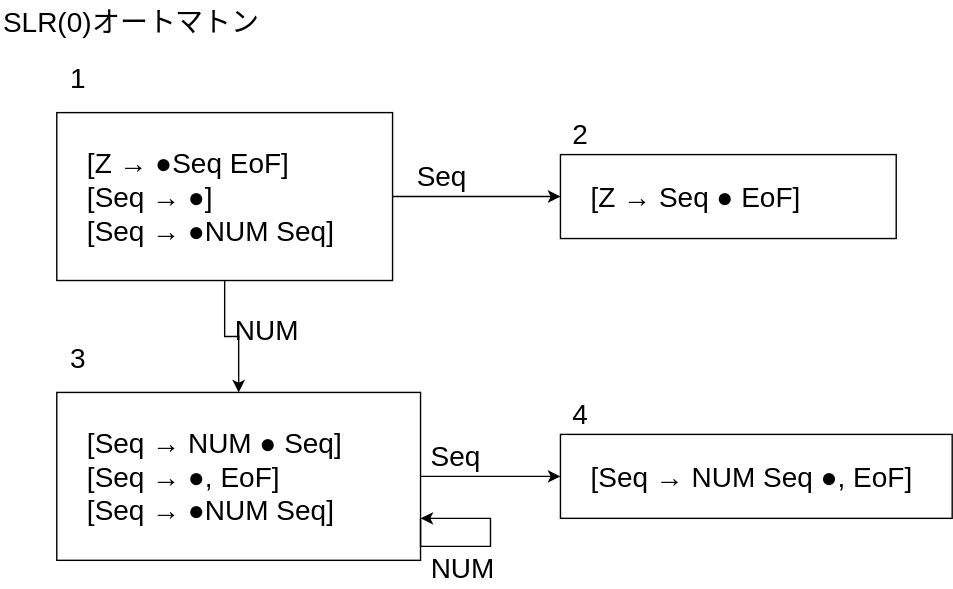
Earlier version of the draw.io export コンパイラ入門_山下/chapt7,8/slr_automaton.drawio.svg (mamemilk/acrc). Source tidied: cells renumbered, new cells last; positions are measured from the earlier drawing's top-left corner, leaving out a move shared by most shapes. The source it was exported from:
```xml
<mxGraphModel>
  <root>
    <mxCell id="0" />
    <mxCell id="1" parent="0" />
    <mxCell id="2" value="SLR(0)オートマトン" style="text;html=1;align=left;verticalAlign=middle;fontSize=20;" parent="1" vertex="1">
      <mxGeometry width="200" height="30" as="geometry" />
    </mxCell>
    <mxCell id="3" style="edgeStyle=orthogonalEdgeStyle;rounded=0;jettySize=auto;html=1;fontSize=20;" parent="1" edge="1" source="5" target="8">
      <mxGeometry relative="1" as="geometry" />
    </mxCell>
    <mxCell id="4" style="edgeStyle=orthogonalEdgeStyle;rounded=0;jettySize=auto;html=1;fontSize=20;" parent="1" edge="1" source="5" target="11">
      <mxGeometry relative="1" as="geometry" />
    </mxCell>
    <mxCell id="5" value="[Z → ●Seq EoF]&lt;br&gt;[Seq → ●]&lt;br&gt;[Seq → ●NUM Seq]" style="rounded=0;whiteSpace=wrap;html=1;fontSize=20;align=left;spacingLeft=20;" parent="1" vertex="1">
      <mxGeometry x="40" y="80" width="240" height="120" as="geometry" />
    </mxCell>
    <mxCell id="6" value="1" style="text;html=1;align=center;verticalAlign=middle;fontSize=20;" parent="1" vertex="1">
      <mxGeometry x="40" y="40" width="30" height="30" as="geometry" />
    </mxCell>
    <mxCell id="7" style="edgeStyle=orthogonalEdgeStyle;rounded=0;jettySize=auto;html=1;fontSize=20;" parent="1" edge="1" source="8" target="14">
      <mxGeometry relative="1" as="geometry" />
    </mxCell>
    <mxCell id="8" value="[Seq → NUM ● Seq]&lt;br&gt;[Seq → ●, EoF]&lt;br&gt;[Seq → ●NUM Seq]" style="rounded=0;whiteSpace=wrap;html=1;fontSize=20;align=left;spacingLeft=20;" parent="1" vertex="1">
      <mxGeometry x="40" y="280" width="260" height="120" as="geometry" />
    </mxCell>
    <mxCell id="9" value="3" style="text;html=1;align=center;verticalAlign=middle;fontSize=20;" parent="1" vertex="1">
      <mxGeometry x="40" y="240" width="30" height="30" as="geometry" />
    </mxCell>
    <mxCell id="10" value="NUM" style="text;html=1;align=center;verticalAlign=middle;fontSize=20;" parent="1" vertex="1">
      <mxGeometry x="160" y="220" width="60" height="30" as="geometry" />
    </mxCell>
    <mxCell id="11" value="[Z → Seq ● EoF]" style="rounded=0;whiteSpace=wrap;html=1;fontSize=20;align=left;spacingLeft=20;" parent="1" vertex="1">
      <mxGeometry x="400" y="110" width="240" height="60" as="geometry" />
    </mxCell>
    <mxCell id="12" value="2" style="text;html=1;align=center;verticalAlign=middle;fontSize=20;" parent="1" vertex="1">
      <mxGeometry x="399" y="80" width="30" height="30" as="geometry" />
    </mxCell>
    <mxCell id="13" value="Seq" style="text;html=1;align=center;verticalAlign=middle;fontSize=20;" parent="1" vertex="1">
      <mxGeometry x="290" y="110" width="50" height="30" as="geometry" />
    </mxCell>
    <mxCell id="14" value="[Seq → NUM Seq ●, EoF]" style="rounded=0;whiteSpace=wrap;html=1;fontSize=20;align=left;spacingLeft=20;" parent="1" vertex="1">
      <mxGeometry x="400" y="310" width="280" height="60" as="geometry" />
    </mxCell>
    <mxCell id="15" value="Seq" style="text;html=1;align=center;verticalAlign=middle;fontSize=20;" parent="1" vertex="1">
      <mxGeometry x="300" y="310" width="50" height="30" as="geometry" />
    </mxCell>
    <mxCell id="16" value="4" style="text;html=1;align=center;verticalAlign=middle;fontSize=20;" parent="1" vertex="1">
      <mxGeometry x="399" y="280" width="30" height="30" as="geometry" />
    </mxCell>
    <mxCell id="17" style="edgeStyle=orthogonalEdgeStyle;rounded=0;orthogonalLoop=1;jettySize=auto;html=1;fontSize=20;exitX=1;exitY=0.75;exitDx=0;exitDy=0;" parent="1" edge="1" source="8" target="8">
      <mxGeometry relative="1" as="geometry">
        <Array as="points">
          <mxPoint x="300" y="390" />
          <mxPoint x="350" y="390" />
          <mxPoint x="350" y="370" />
        </Array>
      </mxGeometry>
    </mxCell>
    <mxCell id="18" value="NUM" style="text;html=1;align=center;verticalAlign=middle;fontSize=20;" parent="1" vertex="1">
      <mxGeometry x="300" y="390" width="60" height="30" as="geometry" />
    </mxCell>
  </root>
</mxGraphModel>
```
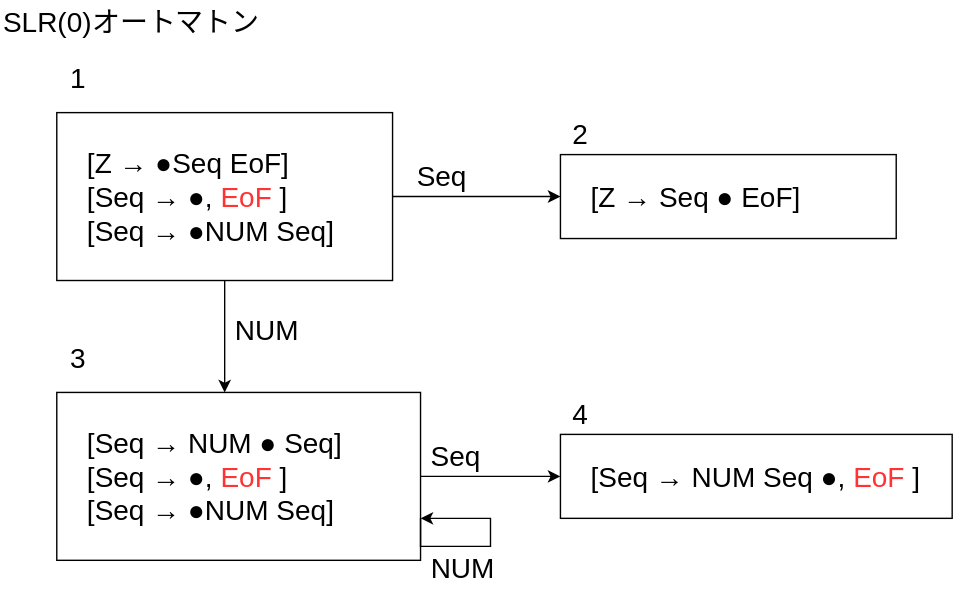
After the change.

Change to the diagram source:
```diff
@@ -6,12 +6,17 @@
       <mxGeometry width="200" height="30" as="geometry" />
     </mxCell>
     <mxCell id="3" style="edgeStyle=orthogonalEdgeStyle;rounded=0;jettySize=auto;html=1;fontSize=20;" parent="1" edge="1" source="5" target="8">
-      <mxGeometry relative="1" as="geometry" />
+      <mxGeometry relative="1" as="geometry">
+        <Array as="points">
+          <mxPoint x="160" y="260" />
+          <mxPoint x="160" y="260" />
+        </Array>
+      </mxGeometry>
     </mxCell>
     <mxCell id="4" style="edgeStyle=orthogonalEdgeStyle;rounded=0;jettySize=auto;html=1;fontSize=20;" parent="1" edge="1" source="5" target="11">
       <mxGeometry relative="1" as="geometry" />
     </mxCell>
-    <mxCell id="5" value="[Z → ●Seq EoF]&lt;br&gt;[Seq → ●]&lt;br&gt;[Seq → ●NUM Seq]" style="rounded=0;whiteSpace=wrap;html=1;fontSize=20;align=left;spacingLeft=20;" parent="1" vertex="1">
+    <mxCell id="5" value="[Z → ●Seq EoF]&lt;br&gt;[Seq → ●, &lt;font color=&quot;#ff3333&quot;&gt;EoF&lt;/font&gt;]&lt;br&gt;[Seq → ●NUM Seq]" style="rounded=0;whiteSpace=wrap;html=1;fontSize=20;align=left;spacingLeft=20;" parent="1" vertex="1">
       <mxGeometry x="40" y="80" width="240" height="120" as="geometry" />
     </mxCell>
     <mxCell id="6" value="1" style="text;html=1;align=center;verticalAlign=middle;fontSize=20;" parent="1" vertex="1">
@@ -20,7 +25,7 @@
     <mxCell id="7" style="edgeStyle=orthogonalEdgeStyle;rounded=0;jettySize=auto;html=1;fontSize=20;" parent="1" edge="1" source="8" target="14">
       <mxGeometry relative="1" as="geometry" />
     </mxCell>
-    <mxCell id="8" value="[Seq → NUM ● Seq]&lt;br&gt;[Seq → ●, EoF]&lt;br&gt;[Seq → ●NUM Seq]" style="rounded=0;whiteSpace=wrap;html=1;fontSize=20;align=left;spacingLeft=20;" parent="1" vertex="1">
+    <mxCell id="8" value="[Seq → NUM ● Seq]&lt;br&gt;[Seq → ●, &lt;font color=&quot;#ff3333&quot;&gt;EoF&lt;/font&gt;]&lt;br&gt;[Seq → ●NUM Seq]" style="rounded=0;whiteSpace=wrap;html=1;fontSize=20;align=left;spacingLeft=20;" parent="1" vertex="1">
       <mxGeometry x="40" y="280" width="260" height="120" as="geometry" />
     </mxCell>
     <mxCell id="9" value="3" style="text;html=1;align=center;verticalAlign=middle;fontSize=20;" parent="1" vertex="1">
@@ -38,7 +43,7 @@
     <mxCell id="13" value="Seq" style="text;html=1;align=center;verticalAlign=middle;fontSize=20;" parent="1" vertex="1">
       <mxGeometry x="290" y="110" width="50" height="30" as="geometry" />
     </mxCell>
-    <mxCell id="14" value="[Seq → NUM Seq ●, EoF]" style="rounded=0;whiteSpace=wrap;html=1;fontSize=20;align=left;spacingLeft=20;" parent="1" vertex="1">
+    <mxCell id="14" value="[Seq → NUM Seq ●, &lt;font color=&quot;#ff3333&quot;&gt;EoF&lt;/font&gt;]" style="rounded=0;whiteSpace=wrap;html=1;fontSize=20;align=left;spacingLeft=20;" parent="1" vertex="1">
       <mxGeometry x="400" y="310" width="280" height="60" as="geometry" />
     </mxCell>
     <mxCell id="15" value="Seq" style="text;html=1;align=center;verticalAlign=middle;fontSize=20;" parent="1" vertex="1">
```
